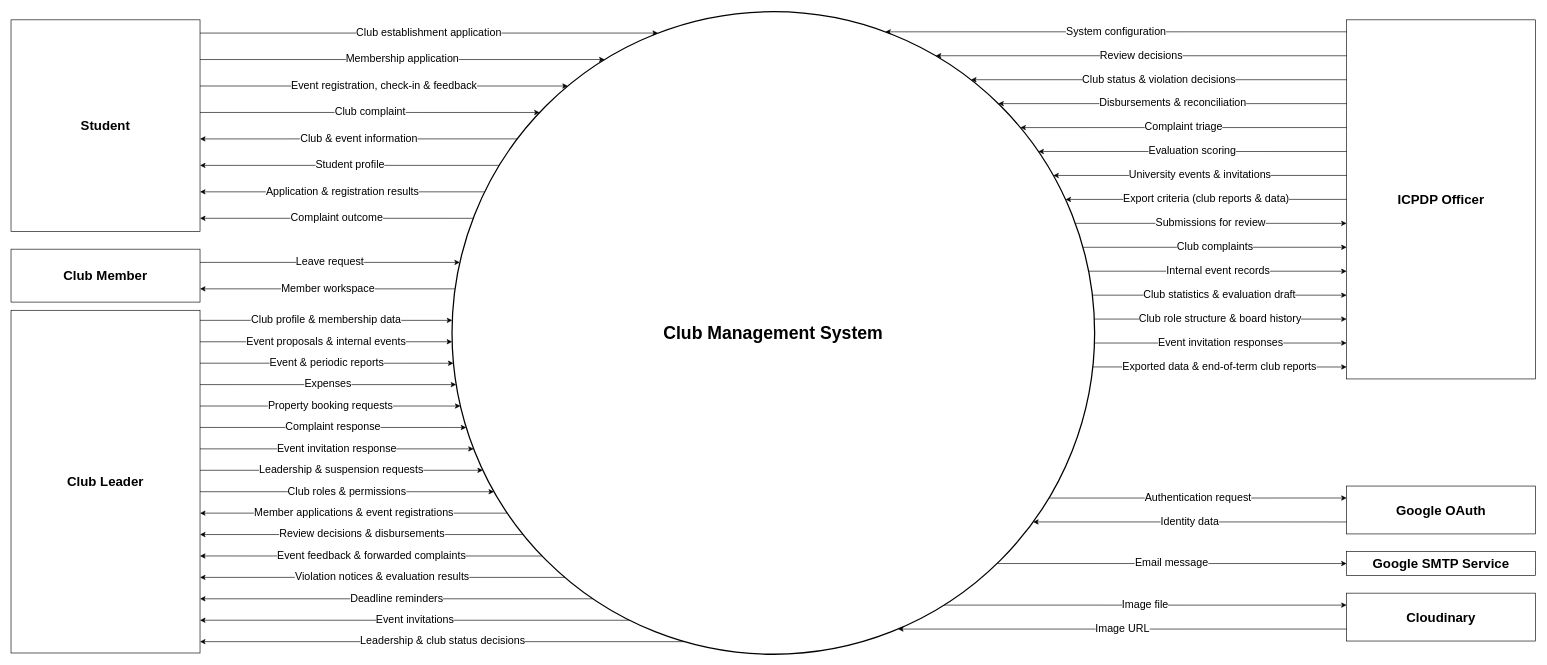
The draw.io diagram docs/03-diagrams/UCMS_Context_Diagram.drawio in nvdekay/ClubManagementSystem, before the edit. Source tidied: cells renumbered, new cells numbered last; positions are measured from the earlier drawing's top-left corner, leaving out a move shared by most shapes. Both pictures are drawn from the tidied source at 63%, with x=0, y=0 at pixel (11, 11).
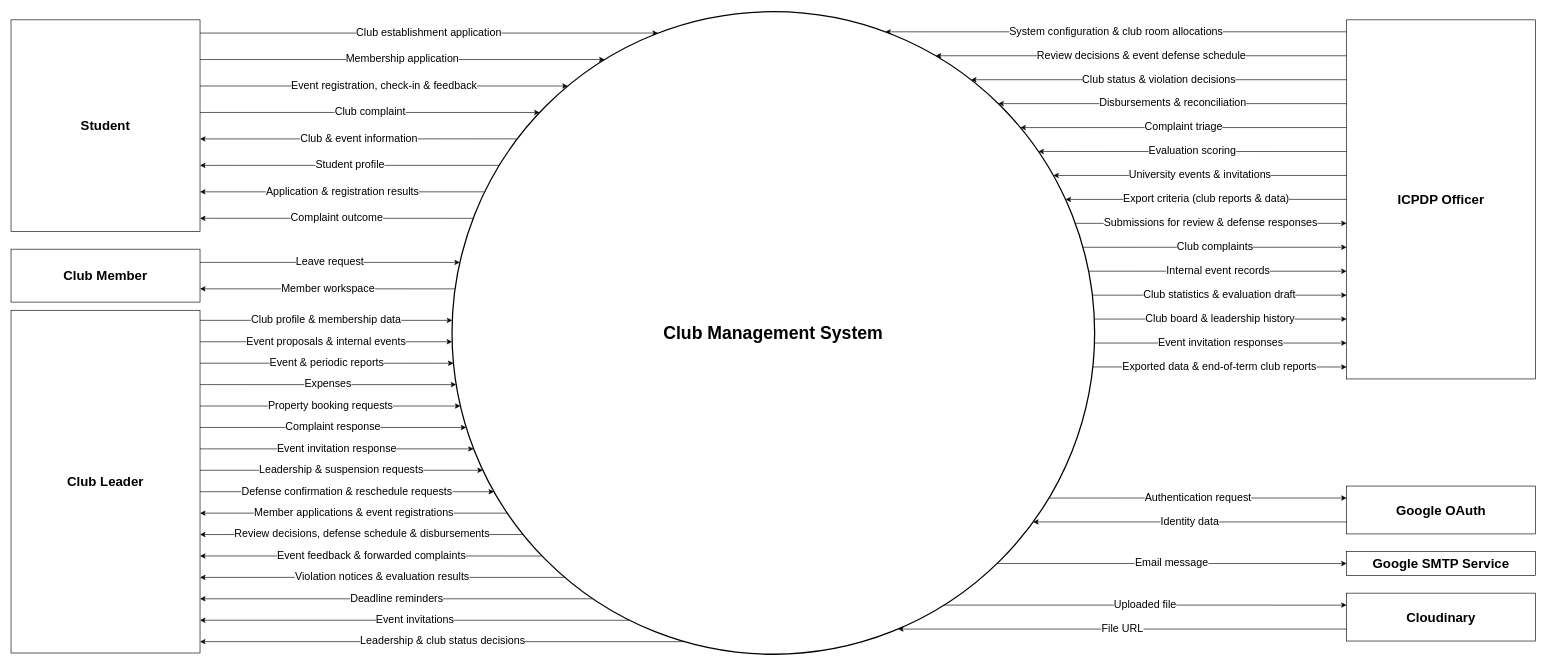
The same diagram, later.

Unchanged cells that the change refers to:
```xml
<mxCell id="2" value="Club Management System" style="ellipse;whiteSpace=wrap;html=1;strokeWidth=2;fontSize=28;fontStyle=1;" parent="1" vertex="1">
  <mxGeometry x="700" width="1020" height="1020" as="geometry" />
</mxCell>
<mxCell id="15" value="Club Leader" style="rounded=0;whiteSpace=wrap;html=1;fontSize=21;fontStyle=1;" parent="1" vertex="1">
  <mxGeometry y="474" width="300" height="544" as="geometry" />
</mxCell>
<mxCell id="32" value="ICPDP Officer" style="rounded=0;whiteSpace=wrap;html=1;fontSize=21;fontStyle=1;" parent="1" vertex="1">
  <mxGeometry x="2120" y="13" width="300" height="570" as="geometry" />
</mxCell>
<mxCell id="53" value="Cloudinary" style="rounded=0;whiteSpace=wrap;html=1;fontSize=21;fontStyle=1;" parent="1" vertex="1">
  <mxGeometry x="2120" y="923" width="300" height="76" as="geometry" />
</mxCell>
```

Change to the diagram source:
```diff
@@
-    <mxCell id="24" value="Club roles &amp; permissions" style="edgeStyle=none;rounded=0;html=1;endArrow=classic;endFill=1;fontSize=17;labelBackgroundColor=#ffffff;exitX=1.0;exitY=0.5294;exitDx=0;exitDy=0;exitPerimeter=0;entryX=0.0653;entryY=0.7471;entryDx=0;entryDy=0;entryPerimeter=0;" parent="1" edge="1" source="15" target="2">
+    <mxCell id="24" value="Defense confirmation &amp; reschedule requests" style="edgeStyle=none;rounded=0;html=1;endArrow=classic;endFill=1;fontSize=17;labelBackgroundColor=#ffffff;exitX=1.0;exitY=0.5294;exitDx=0;exitDy=0;exitPerimeter=0;entryX=0.0653;entryY=0.7471;entryDx=0;entryDy=0;entryPerimeter=0;" parent="1" edge="1" source="15" target="2">
       <mxGeometry relative="1" as="geometry" />
     </mxCell>
@@
-    <mxCell id="26" value="Review decisions &amp; disbursements" style="edgeStyle=none;rounded=0;html=1;endArrow=classic;endFill=1;fontSize=17;labelBackgroundColor=#ffffff;exitX=0.1107;exitY=0.8137;exitDx=0;exitDy=0;exitPerimeter=0;entryX=1.0;entryY=0.6544;entryDx=0;entryDy=0;entryPerimeter=0;" parent="1" edge="1" source="2" target="15">
+    <mxCell id="26" value="Review decisions, defense schedule &amp; disbursements" style="edgeStyle=none;rounded=0;html=1;endArrow=classic;endFill=1;fontSize=17;labelBackgroundColor=#ffffff;exitX=0.1107;exitY=0.8137;exitDx=0;exitDy=0;exitPerimeter=0;entryX=1.0;entryY=0.6544;entryDx=0;entryDy=0;entryPerimeter=0;" parent="1" edge="1" source="2" target="15">
       <mxGeometry relative="1" as="geometry" />
     </mxCell>
@@
-    <mxCell id="33" value="System configuration" style="edgeStyle=none;rounded=0;html=1;endArrow=classic;endFill=1;fontSize=17;labelBackgroundColor=#ffffff;exitX=0.0000;exitY=0.0333;exitDx=0;exitDy=0;exitPerimeter=0;entryX=0.6743;entryY=0.0314;entryDx=0;entryDy=0;entryPerimeter=0;" parent="1" edge="1" source="32" target="2">
+    <mxCell id="33" value="System configuration &amp; club room allocations" style="edgeStyle=none;rounded=0;html=1;endArrow=classic;endFill=1;fontSize=17;labelBackgroundColor=#ffffff;exitX=0.0000;exitY=0.0333;exitDx=0;exitDy=0;exitPerimeter=0;entryX=0.6743;entryY=0.0314;entryDx=0;entryDy=0;entryPerimeter=0;" parent="1" edge="1" source="32" target="2">
       <mxGeometry relative="1" as="geometry" />
     </mxCell>
-    <mxCell id="34" value="Review decisions" style="edgeStyle=none;rounded=0;html=1;endArrow=classic;endFill=1;fontSize=17;labelBackgroundColor=#ffffff;exitX=0.0000;exitY=0.1000;exitDx=0;exitDy=0;exitPerimeter=0;entryX=0.7528;entryY=0.0686;entryDx=0;entryDy=0;entryPerimeter=0;" parent="1" edge="1" source="32" target="2">
+    <mxCell id="34" value="Review decisions &amp; event defense schedule" style="edgeStyle=none;rounded=0;html=1;endArrow=classic;endFill=1;fontSize=17;labelBackgroundColor=#ffffff;exitX=0.0000;exitY=0.1000;exitDx=0;exitDy=0;exitPerimeter=0;entryX=0.7528;entryY=0.0686;entryDx=0;entryDy=0;entryPerimeter=0;" parent="1" edge="1" source="32" target="2">
       <mxGeometry relative="1" as="geometry" />
     </mxCell>
@@
-    <mxCell id="41" value="Submissions for review" style="edgeStyle=none;rounded=0;html=1;endArrow=classic;endFill=1;fontSize=17;labelBackgroundColor=#ffffff;exitX=0.9700;exitY=0.3294;exitDx=0;exitDy=0;exitPerimeter=0;entryX=0.0000;entryY=0.5667;entryDx=0;entryDy=0;entryPerimeter=0;" parent="1" edge="1" source="2" target="32">
+    <mxCell id="41" value="Submissions for review &amp; defense responses" style="edgeStyle=none;rounded=0;html=1;endArrow=classic;endFill=1;fontSize=17;labelBackgroundColor=#ffffff;exitX=0.9700;exitY=0.3294;exitDx=0;exitDy=0;exitPerimeter=0;entryX=0.0000;entryY=0.5667;entryDx=0;entryDy=0;entryPerimeter=0;" parent="1" edge="1" source="2" target="32">
       <mxGeometry relative="1" as="geometry" />
     </mxCell>
@@
-    <mxCell id="45" value="Club role structure &amp; board history" style="edgeStyle=none;rounded=0;html=1;endArrow=classic;endFill=1;fontSize=17;labelBackgroundColor=#ffffff;exitX=0.9995;exitY=0.4784;exitDx=0;exitDy=0;exitPerimeter=0;entryX=0.0000;entryY=0.8333;entryDx=0;entryDy=0;entryPerimeter=0;" parent="1" edge="1" source="2" target="32">
+    <mxCell id="45" value="Club board &amp; leadership history" style="edgeStyle=none;rounded=0;html=1;endArrow=classic;endFill=1;fontSize=17;labelBackgroundColor=#ffffff;exitX=0.9995;exitY=0.4784;exitDx=0;exitDy=0;exitPerimeter=0;entryX=0.0000;entryY=0.8333;entryDx=0;entryDy=0;entryPerimeter=0;" parent="1" edge="1" source="2" target="32">
       <mxGeometry relative="1" as="geometry" />
     </mxCell>
@@
-    <mxCell id="54" value="Image file" style="edgeStyle=none;rounded=0;html=1;endArrow=classic;endFill=1;fontSize=17;labelBackgroundColor=#ffffff;exitX=0.7657;exitY=0.9235;exitDx=0;exitDy=0;exitPerimeter=0;entryX=0.0000;entryY=0.2500;entryDx=0;entryDy=0;entryPerimeter=0;" parent="1" edge="1" source="2" target="53">
+    <mxCell id="54" value="Uploaded file" style="edgeStyle=none;rounded=0;html=1;endArrow=classic;endFill=1;fontSize=17;labelBackgroundColor=#ffffff;exitX=0.7657;exitY=0.9235;exitDx=0;exitDy=0;exitPerimeter=0;entryX=0.0000;entryY=0.2500;entryDx=0;entryDy=0;entryPerimeter=0;" parent="1" edge="1" source="2" target="53">
       <mxGeometry relative="1" as="geometry" />
     </mxCell>
-    <mxCell id="55" value="Image URL" style="edgeStyle=none;rounded=0;html=1;endArrow=classic;endFill=1;fontSize=17;labelBackgroundColor=#ffffff;exitX=0.0000;exitY=0.7500;exitDx=0;exitDy=0;exitPerimeter=0;entryX=0.6941;entryY=0.9608;entryDx=0;entryDy=0;entryPerimeter=0;" parent="1" edge="1" source="53" target="2">
+    <mxCell id="55" value="File URL" style="edgeStyle=none;rounded=0;html=1;endArrow=classic;endFill=1;fontSize=17;labelBackgroundColor=#ffffff;exitX=0.0000;exitY=0.7500;exitDx=0;exitDy=0;exitPerimeter=0;entryX=0.6941;entryY=0.9608;entryDx=0;entryDy=0;entryPerimeter=0;" parent="1" edge="1" source="53" target="2">
       <mxGeometry relative="1" as="geometry" />
     </mxCell>
```
